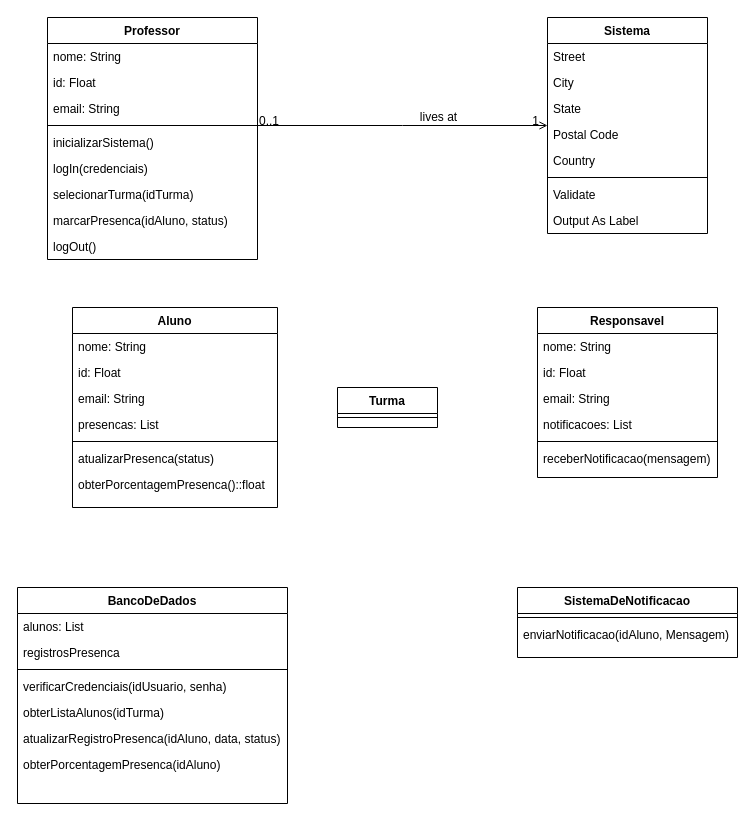
Above: Diagramas/Diagrama de Classe.drawio in cc4semestre/projeto (draw.io), before the change. Source tidied: cells renumbered, new cells numbered last; positions are measured from the earlier drawing's top-left corner, leaving out a move shared by most shapes. Both pictures are drawn from the tidied source at 100%, with x=0, y=0 at pixel (17, 17).
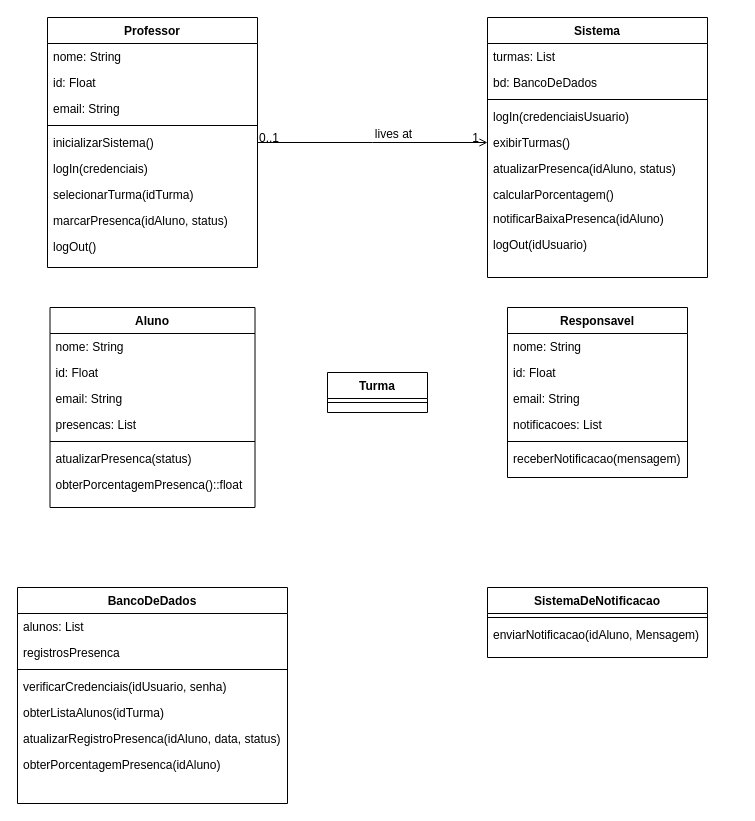
The same diagram, later.

Change to the diagram source:
```diff
@@
     <mxCell id="2" value="Professor" style="swimlane;fontStyle=1;align=center;verticalAlign=top;horizontal=1;startSize=26;rounded=0;shadow=0;strokeWidth=1;" parent="1" vertex="1">
-      <mxGeometry x="30" width="210" height="242" as="geometry" />
+      <mxGeometry x="30" width="210" height="250" as="geometry" />
     </mxCell>
@@
     <mxCell id="12" value="Responsavel" style="swimlane;fontStyle=1;align=center;verticalAlign=top;horizontal=1;startSize=26;rounded=0;shadow=0;strokeWidth=1;" parent="1" vertex="1">
-      <mxGeometry x="520" y="290" width="180" height="170" as="geometry" />
+      <mxGeometry x="490" y="290" width="180" height="170" as="geometry" />
     </mxCell>
@@
     <mxCell id="19" value="Aluno" style="swimlane;fontStyle=1;align=center;verticalAlign=top;horizontal=1;startSize=26;rounded=0;shadow=0;strokeWidth=1;" parent="1" vertex="1">
-      <mxGeometry x="55" y="290" width="205" height="200" as="geometry" />
+      <mxGeometry x="32.5" y="290" width="205" height="200" as="geometry" />
     </mxCell>
@@
     <mxCell id="27" value="Sistema" style="swimlane;fontStyle=1;align=center;verticalAlign=top;horizontal=1;startSize=26;rounded=0;shadow=0;strokeWidth=1;" parent="1" vertex="1">
-      <mxGeometry x="530" width="160" height="216" as="geometry" />
+      <mxGeometry x="470" width="220" height="260" as="geometry" />
     </mxCell>
-    <mxCell id="28" value="Street" style="text;align=left;verticalAlign=top;spacingLeft=4;spacingRight=4;overflow=hidden;" parent="27" vertex="1">
-      <mxGeometry y="26" width="160" height="26" as="geometry" />
+    <mxCell id="28" value="turmas: List" style="text;align=left;verticalAlign=top;spacingLeft=4;spacingRight=4;overflow=hidden;" parent="27" vertex="1">
+      <mxGeometry y="26" width="220" height="26" as="geometry" />
     </mxCell>
-    <mxCell id="29" value="City" style="text;align=left;verticalAlign=top;spacingLeft=4;spacingRight=4;overflow=hidden;rounded=0;shadow=0;html=0;" parent="27" vertex="1">
-      <mxGeometry y="52" width="160" height="26" as="geometry" />
-    </mxCell>
-    <mxCell id="30" value="State" style="text;align=left;verticalAlign=top;spacingLeft=4;spacingRight=4;overflow=hidden;rounded=0;shadow=0;html=0;" parent="27" vertex="1">
-      <mxGeometry y="78" width="160" height="26" as="geometry" />
+    <mxCell id="30" value="bd: BancoDeDados" style="text;align=left;verticalAlign=top;spacingLeft=4;spacingRight=4;overflow=hidden;rounded=0;shadow=0;html=0;" parent="27" vertex="1">
+      <mxGeometry y="52" width="220" height="26" as="geometry" />
     </mxCell>
-    <mxCell id="31" value="Postal Code" style="text;align=left;verticalAlign=top;spacingLeft=4;spacingRight=4;overflow=hidden;rounded=0;shadow=0;html=0;" parent="27" vertex="1">
-      <mxGeometry y="104" width="160" height="26" as="geometry" />
-    </mxCell>
-    <mxCell id="32" value="Country" style="text;align=left;verticalAlign=top;spacingLeft=4;spacingRight=4;overflow=hidden;rounded=0;shadow=0;html=0;" parent="27" vertex="1">
-      <mxGeometry y="130" width="160" height="26" as="geometry" />
-    </mxCell>
     <mxCell id="33" style="line;html=1;strokeWidth=1;align=left;verticalAlign=middle;spacingTop=-1;spacingLeft=3;spacingRight=3;labelPosition=right;" parent="27" vertex="1">
-      <mxGeometry y="156" width="160" height="8" as="geometry" />
+      <mxGeometry y="78" width="220" height="8" as="geometry" />
     </mxCell>
-    <mxCell id="34" value="Validate" style="text;align=left;verticalAlign=top;spacingLeft=4;spacingRight=4;overflow=hidden;" parent="27" vertex="1">
-      <mxGeometry y="164" width="160" height="26" as="geometry" />
+    <mxCell id="34" value="logIn(credenciaisUsuario)" style="text;align=left;verticalAlign=top;spacingLeft=4;spacingRight=4;overflow=hidden;" parent="27" vertex="1">
+      <mxGeometry y="86" width="220" height="26" as="geometry" />
     </mxCell>
-    <mxCell id="35" value="Output As Label" style="text;align=left;verticalAlign=top;spacingLeft=4;spacingRight=4;overflow=hidden;" parent="27" vertex="1">
-      <mxGeometry y="190" width="160" height="26" as="geometry" />
+    <mxCell id="35" value="exibirTurmas()" style="text;align=left;verticalAlign=top;spacingLeft=4;spacingRight=4;overflow=hidden;" parent="27" vertex="1">
+      <mxGeometry y="112" width="220" height="26" as="geometry" />
     </mxCell>
+    <mxCell id="53" value="atualizarPresenca(idAluno, status)" style="text;align=left;verticalAlign=top;spacingLeft=4;spacingRight=4;overflow=hidden;" parent="27" vertex="1">
+      <mxGeometry y="138" width="220" height="26" as="geometry" />
+    </mxCell>
+    <mxCell id="54" value="calcularPorcentagem()" style="text;align=left;verticalAlign=top;spacingLeft=4;spacingRight=4;overflow=hidden;" parent="27" vertex="1">
+      <mxGeometry y="164" width="220" height="24" as="geometry" />
+    </mxCell>
+    <mxCell id="55" value="notificarBaixaPresenca(idAluno)" style="text;align=left;verticalAlign=top;spacingLeft=4;spacingRight=4;overflow=hidden;" parent="27" vertex="1">
+      <mxGeometry y="188" width="220" height="26" as="geometry" />
+    </mxCell>
+    <mxCell id="56" value="logOut(idUsuario)" style="text;align=left;verticalAlign=top;spacingLeft=4;spacingRight=4;overflow=hidden;" parent="27" vertex="1">
+      <mxGeometry y="214" width="220" height="26" as="geometry" />
+    </mxCell>
@@
     <mxCell id="40" value="SistemaDeNotificacao" style="swimlane;fontStyle=1;align=center;verticalAlign=top;horizontal=1;startSize=26;rounded=0;shadow=0;strokeWidth=1;" parent="1" vertex="1">
-      <mxGeometry x="500" y="570" width="220" height="70" as="geometry" />
+      <mxGeometry x="470" y="570" width="220" height="70" as="geometry" />
     </mxCell>
@@
     <mxCell id="51" value="Turma" style="swimlane;fontStyle=1;align=center;verticalAlign=top;horizontal=1;startSize=26;rounded=0;shadow=0;strokeWidth=1;" parent="1" vertex="1">
-      <mxGeometry x="320" y="370" width="100" height="40" as="geometry" />
+      <mxGeometry x="310" y="355" width="100" height="40" as="geometry" />
     </mxCell>
```
